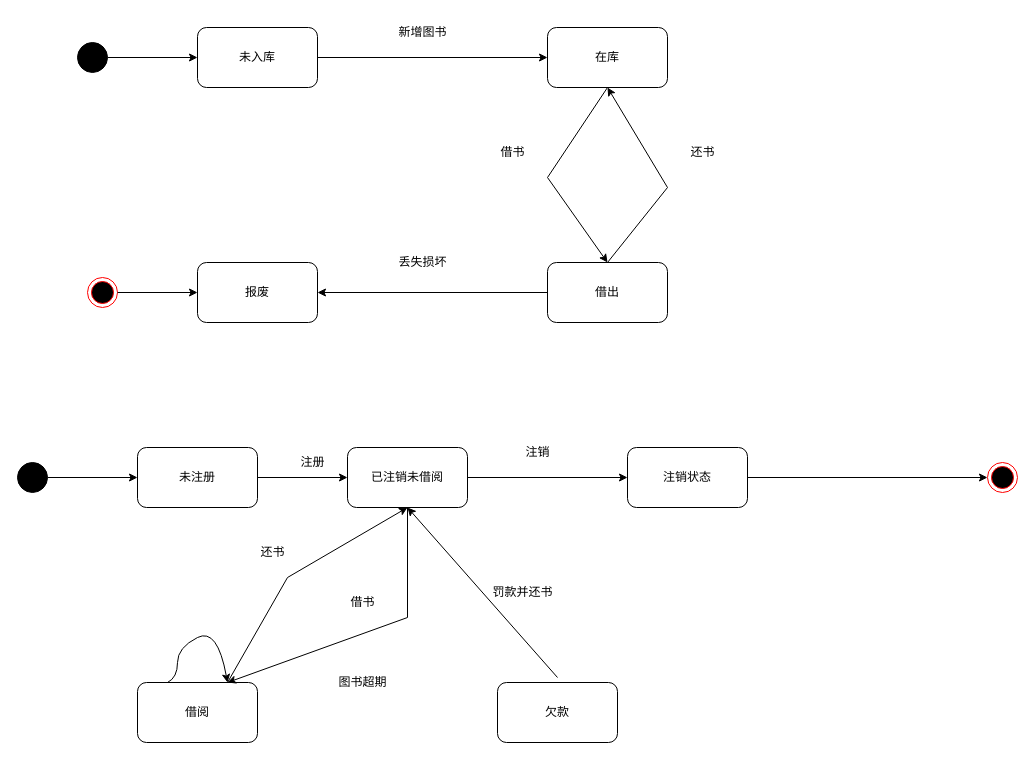
Before: 状态图图.drawio in liuyang0228/text, a draw.io diagram. Source tidied: cells renumbered, new cells numbered last; positions are measured from the earlier drawing's top-left corner, leaving out a move shared by most shapes. Both pictures are drawn from the tidied source at 100%, with x=0, y=0 at pixel (17, 17).
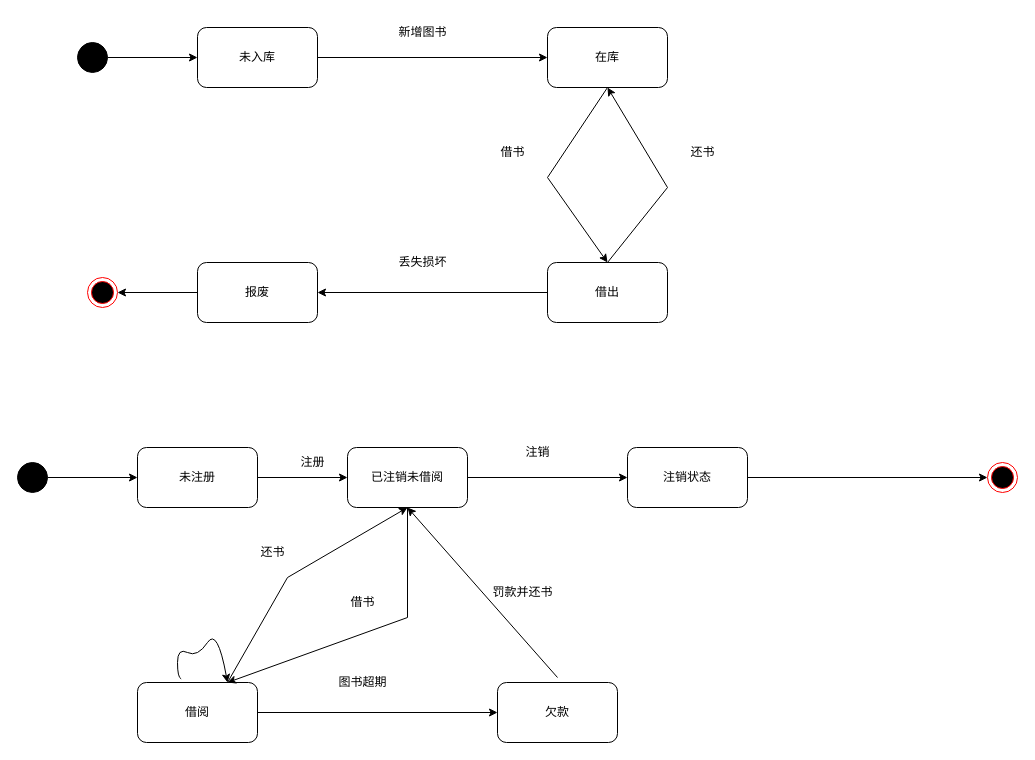
Above is the later version.

Commit message (it also covers changes not shown here):
更新状态图图.drawio

The change refers to these unchanged cells:
```xml
<mxCell id="5" value="报废" style="rounded=1;whiteSpace=wrap;html=1;" parent="1" vertex="1">
  <mxGeometry x="180" y="245" width="120" height="60" as="geometry" />
</mxCell>
<mxCell id="6" style="ellipse;html=1;shape=endState;fillColor=#000000;strokeColor=#ff0000;" parent="1" vertex="1">
  <mxGeometry x="70" y="260" width="30" height="30" as="geometry" />
</mxCell>
<mxCell id="20" value="欠款" style="rounded=1;whiteSpace=wrap;html=1;" parent="1" vertex="1">
  <mxGeometry x="480" y="665" width="120" height="60" as="geometry" />
</mxCell>
<mxCell id="21" value="借阅" style="rounded=1;whiteSpace=wrap;html=1;" parent="1" vertex="1">
  <mxGeometry x="120" y="665" width="120" height="60" as="geometry" />
</mxCell>
```

The edit, as a diff of the source:
```diff
@@
-    <mxCell id="9" style="endArrow=classic;html=1;rounded=0;exitX=1;exitY=0.5;exitDx=0;exitDy=0;entryX=0;entryY=0.5;entryDx=0;entryDy=0;" parent="1" edge="1" source="6">
-      <mxGeometry relative="1" as="geometry">
-        <mxPoint x="180" y="275" as="targetPoint" />
-      </mxGeometry>
+    <mxCell id="9" style="endArrow=classic;html=1;rounded=0;exitX=0;exitY=0.5;exitDx=0;exitDy=0;entryX=1;entryY=0.5;entryDx=0;entryDy=0;" parent="1" edge="1" source="5" target="6">
+      <mxGeometry relative="1" as="geometry" />
     </mxCell>
@@
-    <mxCell id="38" style="curved=1;endArrow=classic;html=1;rounded=0;exitX=0.25;exitY=0;exitDx=0;exitDy=0;entryX=0.75;entryY=0;entryDx=0;entryDy=0;" parent="1" edge="1" source="21" target="21">
+    <mxCell id="38" style="curved=1;endArrow=classic;html=1;rounded=0;exitX=0.364;exitY=-0.06;exitDx=0;exitDy=0;entryX=0.75;entryY=0;entryDx=0;entryDy=0;exitPerimeter=0;" parent="1" edge="1" source="21" target="21">
       <mxGeometry relative="1" as="geometry">
         <Array as="points">
           <mxPoint x="160" y="660" />
           <mxPoint x="160" y="630" />
+          <mxPoint x="180" y="640" />
           <mxPoint x="200" y="610" />
         </Array>
       </mxGeometry>
     </mxCell>
+    <mxCell id="39" style="endArrow=classic;html=1;rounded=0;entryX=0;entryY=0.5;entryDx=0;entryDy=0;exitX=1;exitY=0.5;exitDx=0;exitDy=0;" parent="1" edge="1" source="21" target="20">
+      <mxGeometry relative="1" as="geometry" />
+    </mxCell>
```
